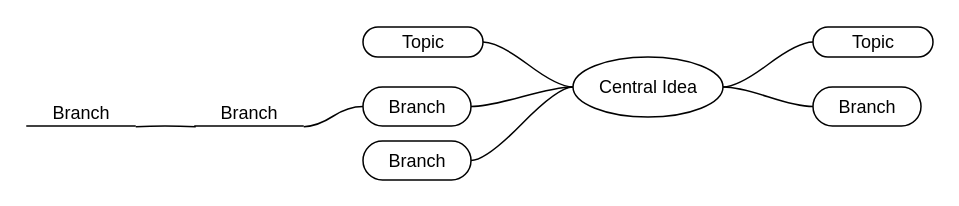
This is 测试.drawio from iunk/mindmap, a draw.io file, before an edit. Source tidied: cells renumbered, new cells numbered last; positions are measured from the earlier drawing's top-left corner, leaving out a move shared by most shapes. Both pictures are drawn from the tidied source at 150%, with x=0, y=0 at pixel (27, 27).
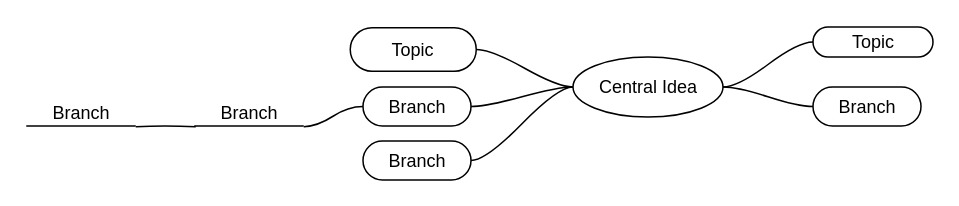
After the change.

Change to the diagram source:
```diff
@@
 <mxGraphModel background="#ffffff">
   <root>
     <mxCell id="0" />
     <mxCell id="1" parent="0" />
     <mxCell id="2" style="edgeStyle=entityRelationEdgeStyle;startArrow=none;endArrow=none;segment=10;curved=1;" parent="1" edge="1" source="16" target="3">
       <mxGeometry relative="1" as="geometry" />
     </mxCell>
     <mxCell id="3" value="Branch" style="whiteSpace=wrap;html=1;rounded=1;arcSize=50;align=center;verticalAlign=middle;strokeWidth=1;spacing=4;" parent="1" vertex="1">
       <mxGeometry x="223.5" y="39.5" width="72" height="26" as="geometry" />
     </mxCell>
     <mxCell id="4" style="edgeStyle=entityRelationEdgeStyle;startArrow=none;endArrow=none;segment=10;curved=1;" parent="1" edge="1" source="3" target="5">
       <mxGeometry relative="1" as="geometry" />
     </mxCell>
     <mxCell id="5" value="Branch" style="whiteSpace=wrap;html=1;shape=partialRectangle;top=0;left=0;bottom=1;right=0;points=[[0,1],[1,1]];strokeColor=#000000;fillColor=none;align=center;verticalAlign=bottom;routingCenterY=0.5;snapToPoint=1;" parent="1" vertex="1">
       <mxGeometry x="111.5" y="39.5" width="72" height="26" as="geometry" />
     </mxCell>
     <mxCell id="6" style="edgeStyle=entityRelationEdgeStyle;startArrow=none;endArrow=none;segment=10;curved=1;" parent="1" edge="1" source="5" target="7">
       <mxGeometry relative="1" as="geometry" />
     </mxCell>
     <mxCell id="7" value="Branch" style="whiteSpace=wrap;html=1;shape=partialRectangle;top=0;left=0;bottom=1;right=0;points=[[0,1],[1,1]];strokeColor=#000000;fillColor=none;align=center;verticalAlign=bottom;routingCenterY=0.5;snapToPoint=1;" parent="1" vertex="1">
       <mxGeometry x="-0.5" y="39.5" width="72" height="26" as="geometry" />
     </mxCell>
     <mxCell id="8" style="edgeStyle=entityRelationEdgeStyle;startArrow=none;endArrow=none;segment=10;curved=1;" parent="1" edge="1" source="16" target="9">
       <mxGeometry relative="1" as="geometry" />
     </mxCell>
-    <mxCell id="9" value="Topic" style="whiteSpace=wrap;html=1;rounded=1;arcSize=50;align=center;verticalAlign=middle;strokeWidth=1;spacing=4;" parent="1" vertex="1" collapsed="1">
-      <mxGeometry x="223.5" y="-0.5" width="80" height="20" as="geometry" />
+    <mxCell id="9" value="Topic" style="whiteSpace=wrap;html=1;rounded=1;arcSize=50;align=center;verticalAlign=middle;strokeWidth=1;spacing=4;fillColor=#ffffff;gradientColor=none;strokeColor=#000000;shadow=0;comic=0;" parent="1" vertex="1" collapsed="1">
+      <mxGeometry x="215" width="84" height="29" as="geometry" />
     </mxCell>
     <mxCell id="10" style="edgeStyle=entityRelationEdgeStyle;startArrow=none;endArrow=none;segment=10;curved=1;" parent="1" edge="1" source="16" target="11">
       <mxGeometry relative="1" as="geometry" />
     </mxCell>
     <mxCell id="11" value="Branch" style="whiteSpace=wrap;html=1;rounded=1;arcSize=50;align=center;verticalAlign=middle;strokeWidth=1;spacing=4;" parent="1" vertex="1">
       <mxGeometry x="523.5" y="39.5" width="72" height="26" as="geometry" />
     </mxCell>
     <mxCell id="12" style="edgeStyle=entityRelationEdgeStyle;startArrow=none;endArrow=none;segment=10;curved=1;" parent="1" edge="1" source="16" target="13">
       <mxGeometry relative="1" as="geometry" />
     </mxCell>
     <mxCell id="13" value="Topic" style="whiteSpace=wrap;html=1;rounded=1;arcSize=50;align=center;verticalAlign=middle;strokeWidth=1;spacing=4;" parent="1" vertex="1">
       <mxGeometry x="523.5" y="-0.5" width="80" height="20" as="geometry" />
     </mxCell>
     <mxCell id="14" style="edgeStyle=entityRelationEdgeStyle;startArrow=none;endArrow=none;segment=10;curved=1;" parent="1" edge="1" source="16" target="15">
       <mxGeometry relative="1" as="geometry" />
     </mxCell>
     <mxCell id="15" value="Branch" style="whiteSpace=wrap;html=1;rounded=1;arcSize=50;align=center;verticalAlign=middle;strokeWidth=1;spacing=4;" parent="1" vertex="1">
       <mxGeometry x="223.5" y="75.5" width="72" height="26" as="geometry" />
     </mxCell>
     <mxCell id="16" value="Central Idea" style="ellipse;whiteSpace=wrap;html=1;align=center;labelBackgroundColor=none;labelBorderColor=none;fontFamily=Helvetica;" parent="1" vertex="1">
       <mxGeometry x="363.5" y="19.5" width="100" height="40" as="geometry" />
     </mxCell>
   </root>
 </mxGraphModel>
```
